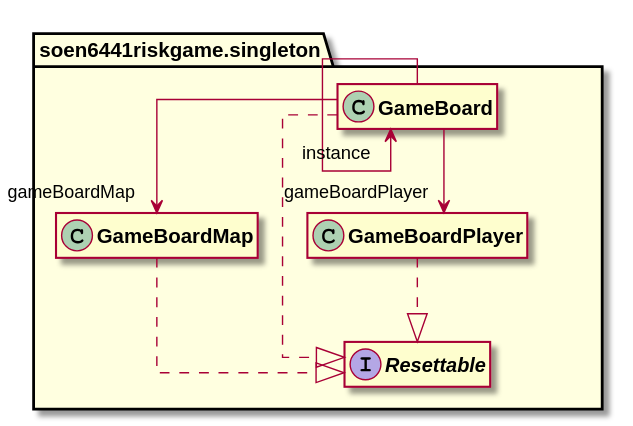
Earlier version of the PlantUML export docs/javadocs/soen6441riskgame/singleton/package-summary.svg (huntertran/soen6441-riskgame).
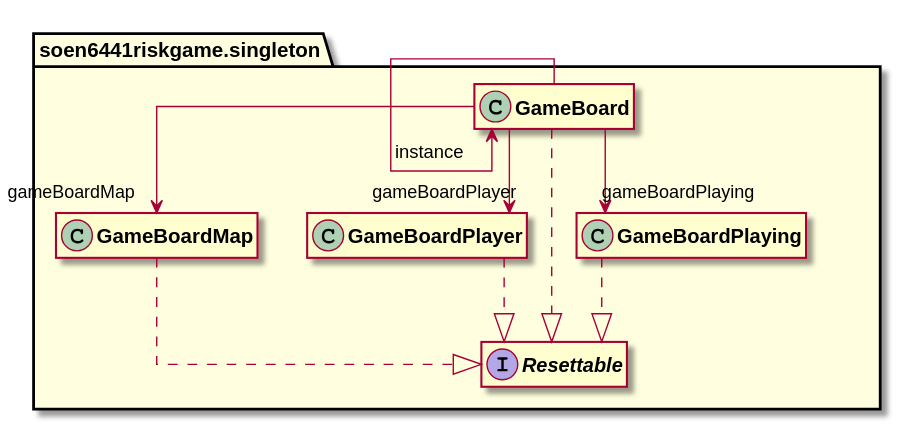
The same file after the commit.

The edit, as a diff of the source:
```diff
@@ -23,6 +23,12 @@
 hide soen6441riskgame.singleton.GameBoardPlayer fields
 hide soen6441riskgame.singleton.GameBoardPlayer methods
 
+class "<b><size:14>GameBoardPlaying</b>" as soen6441riskgame.singleton.GameBoardPlaying  [[../../soen6441riskgame/singleton/GameBoardPlaying.html{soen6441riskgame.singleton.GameBoardPlaying}]] {
+}
+
+hide soen6441riskgame.singleton.GameBoardPlaying fields
+hide soen6441riskgame.singleton.GameBoardPlaying methods
+
 interface "<b><size:14>Resettable</b>" as soen6441riskgame.singleton.Resettable  [[../../soen6441riskgame/singleton/Resettable.html{soen6441riskgame.singleton.Resettable}]] {
 }
 
@@ -32,8 +38,10 @@
 soen6441riskgame.singleton.GameBoard -->  "instance" soen6441riskgame.singleton.GameBoard
 soen6441riskgame.singleton.GameBoard -->  "gameBoardPlayer" soen6441riskgame.singleton.GameBoardPlayer
 soen6441riskgame.singleton.GameBoard -->  "gameBoardMap" soen6441riskgame.singleton.GameBoardMap
+soen6441riskgame.singleton.GameBoard -->  "gameBoardPlaying" soen6441riskgame.singleton.GameBoardPlaying
 soen6441riskgame.singleton.GameBoard ..|> soen6441riskgame.singleton.Resettable
 soen6441riskgame.singleton.GameBoardMap ..|> soen6441riskgame.singleton.Resettable
 soen6441riskgame.singleton.GameBoardPlayer ..|> soen6441riskgame.singleton.Resettable
+soen6441riskgame.singleton.GameBoardPlaying ..|> soen6441riskgame.singleton.Resettable
 
 @enduml
```
